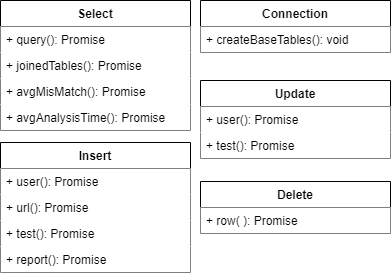
This is uml.png from michaelhefner/vrt, a draw.io export, as it was before one commit. Source tidied: cells renumbered, new cells last; positions are measured from the earlier drawing's top-left corner, leaving out a move shared by most shapes.
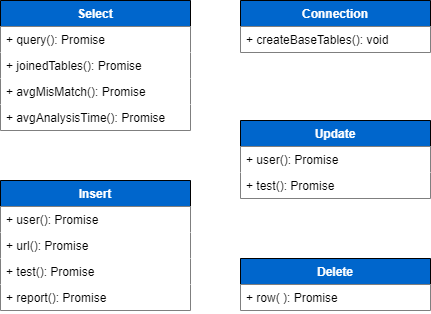
Later version of the same file.

The edit, as a diff of the source:
```diff
@@ -2,20 +2,20 @@
   <root>
     <mxCell id="0" />
     <mxCell id="1" parent="0" />
-    <mxCell id="2" value="Connection" style="swimlane;fontStyle=1;align=center;verticalAlign=top;horizontal=1;startSize=26;swimlaneFillColor=none;rounded=0;glass=0;shadow=0;fillColor=#FFFFFF;fontColor=#000000;" parent="1" vertex="1">
-      <mxGeometry x="200" width="190" height="52" as="geometry" />
+    <mxCell id="2" value="Connection" style="swimlane;fontStyle=1;align=center;verticalAlign=top;horizontal=1;startSize=26;swimlaneFillColor=none;rounded=0;glass=0;shadow=0;fillColor=#0066CC;fontColor=#FFFFFF;" parent="1" vertex="1">
+      <mxGeometry x="200" y="-20" width="190" height="52" as="geometry" />
     </mxCell>
     <mxCell id="3" value="+ createBaseTables(): void" style="text;strokeColor=none;fillColor=#FFFFFF;align=left;verticalAlign=top;spacingLeft=4;spacingRight=4;overflow=hidden;fontColor=#000000;" parent="2" vertex="1">
       <mxGeometry y="26" width="190" height="26" as="geometry" />
     </mxCell>
-    <mxCell id="4" value="Delete" style="swimlane;fontStyle=1;align=center;verticalAlign=top;horizontal=1;startSize=26;rounded=0;fillColor=#FFFFFF;fillStyle=auto;gradientColor=none;fontColor=#000000;" parent="1" vertex="1">
-      <mxGeometry x="200" y="181" width="190" height="52" as="geometry" />
+    <mxCell id="4" value="Delete" style="swimlane;fontStyle=1;align=center;verticalAlign=top;horizontal=1;startSize=26;rounded=0;fillColor=#0066CC;fillStyle=auto;gradientColor=none;fontColor=#FFFFFF;" parent="1" vertex="1">
+      <mxGeometry x="200" y="238" width="190" height="52" as="geometry" />
     </mxCell>
     <mxCell id="5" value="+ row( ): Promise" style="text;strokeColor=none;fillColor=#FFFFFF;align=left;verticalAlign=top;spacingLeft=4;spacingRight=4;overflow=hidden;fontColor=#000000;" parent="4" vertex="1">
       <mxGeometry y="26" width="190" height="26" as="geometry" />
     </mxCell>
-    <mxCell id="6" value="Insert" style="swimlane;fontStyle=1;align=center;verticalAlign=top;horizontal=1;startSize=26;rounded=0;fillColor=#FFFFFF;fontColor=#000000;" parent="1" vertex="1">
-      <mxGeometry y="142" width="190" height="130" as="geometry" />
+    <mxCell id="6" value="Insert" style="swimlane;fontStyle=1;align=center;verticalAlign=top;horizontal=1;startSize=26;rounded=0;fillColor=#0066CC;fontColor=#FFFFFF;" parent="1" vertex="1">
+      <mxGeometry x="-40" y="160" width="190" height="130" as="geometry" />
     </mxCell>
     <mxCell id="7" value="+ user(): Promise" style="text;strokeColor=none;fillColor=#FFFFFF;align=left;verticalAlign=top;spacingLeft=4;spacingRight=4;overflow=hidden;fontColor=#000000;" parent="6" vertex="1">
       <mxGeometry y="26" width="190" height="26" as="geometry" />
@@ -29,8 +29,8 @@
     <mxCell id="10" value="+ report(): Promise" style="text;strokeColor=none;fillColor=#FFFFFF;align=left;verticalAlign=top;spacingLeft=4;spacingRight=4;overflow=hidden;fontColor=#000000;" parent="6" vertex="1">
       <mxGeometry y="104" width="190" height="26" as="geometry" />
     </mxCell>
-    <mxCell id="11" value="Select" style="swimlane;fontStyle=1;align=center;verticalAlign=top;horizontal=1;startSize=26;rounded=0;fillColor=#FFFFFF;fontColor=#000000;" parent="1" vertex="1">
-      <mxGeometry width="190" height="130" as="geometry" />
+    <mxCell id="11" value="Select" style="swimlane;fontStyle=1;align=center;verticalAlign=top;horizontal=1;startSize=26;rounded=0;fillColor=#0066CC;fontColor=#FFFFFF;" parent="1" vertex="1">
+      <mxGeometry x="-40" y="-20" width="190" height="130" as="geometry" />
     </mxCell>
     <mxCell id="12" value="+ query(): Promise" style="text;strokeColor=none;fillColor=#FFFFFF;align=left;verticalAlign=top;spacingLeft=4;spacingRight=4;overflow=hidden;fontColor=#000000;" parent="11" vertex="1">
       <mxGeometry y="26" width="190" height="26" as="geometry" />
@@ -44,8 +44,8 @@
     <mxCell id="15" value="+ avgAnalysisTime(): Promise" style="text;strokeColor=none;fillColor=#FFFFFF;align=left;verticalAlign=top;spacingLeft=4;spacingRight=4;overflow=hidden;fontColor=#000000;" parent="11" vertex="1">
       <mxGeometry y="104" width="190" height="26" as="geometry" />
     </mxCell>
-    <mxCell id="16" value="Update" style="swimlane;fontStyle=1;align=center;verticalAlign=top;horizontal=1;startSize=26;rounded=0;fillColor=#FFFFFF;fontColor=#000000;" parent="1" vertex="1">
-      <mxGeometry x="200" y="80" width="190" height="78" as="geometry" />
+    <mxCell id="16" value="Update" style="swimlane;fontStyle=1;align=center;verticalAlign=top;horizontal=1;startSize=26;rounded=0;fillColor=#0066CC;fontColor=#FFFFFF;" parent="1" vertex="1">
+      <mxGeometry x="200" y="100" width="190" height="78" as="geometry" />
     </mxCell>
     <mxCell id="17" value="+ user(): Promise" style="text;strokeColor=none;fillColor=#FFFFFF;align=left;verticalAlign=top;spacingLeft=4;spacingRight=4;overflow=hidden;fontColor=#000000;" parent="16" vertex="1">
       <mxGeometry y="26" width="190" height="26" as="geometry" />
```
